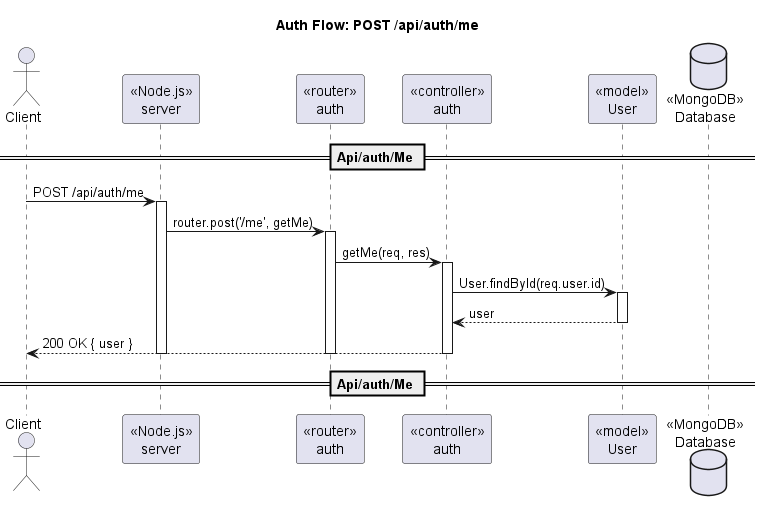
098ff/ArtmaybeDEV keeps this PlantUML diagram as out/docs/diagram/sequence/seq_auth_me_post.png. Above is the earlier version.
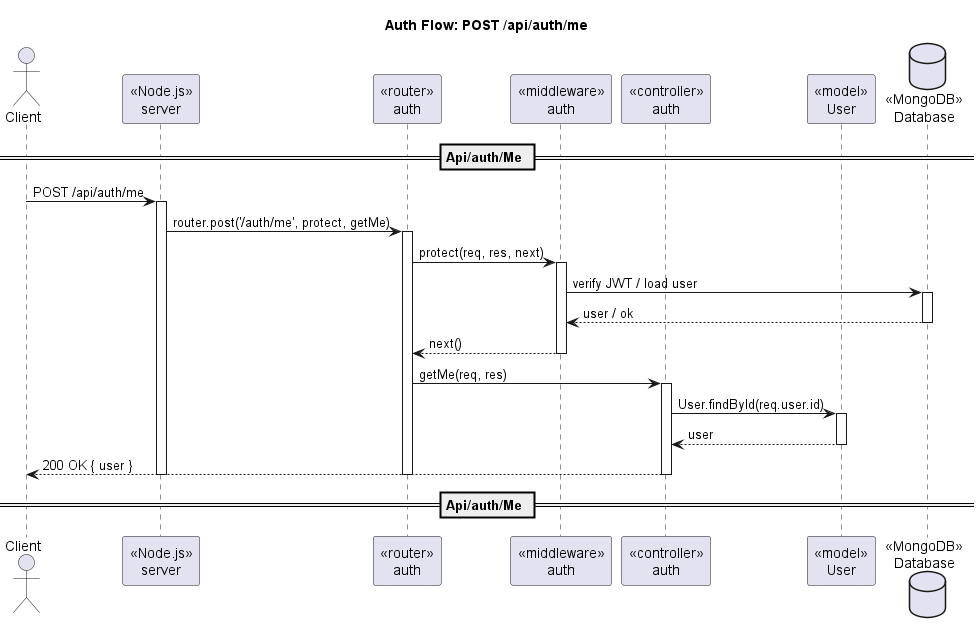
After the change.

What changed in the source:
```diff
@@ -3,6 +3,7 @@
 actor Client
 participant "«Node.js»\nserver" as Server
 participant "«router»\nauth" as Router
+participant "«middleware»\nauth" as AuthMW
 participant "«controller»\nauth" as Ctrl
 participant "«model»\nUser" as UserModel
 database "«MongoDB»\nDatabase" as DB
@@ -10,8 +11,16 @@
 == Api/auth/Me ==
 Client -> Server : POST /api/auth/me
 activate Server
-Server -> Router : router.post('/me', getMe)
+Server -> Router : router.post('/auth/me', protect, getMe)
 activate Router
+Router -> AuthMW : protect(req, res, next)
+activate AuthMW
+AuthMW -> DB : verify JWT / load user
+activate DB
+DB --> AuthMW : user / ok
+deactivate DB
+AuthMW --> Router : next()
+deactivate AuthMW
 Router -> Ctrl : getMe(req, res)
 activate Ctrl
 Ctrl -> UserModel : User.findById(req.user.id)
```
